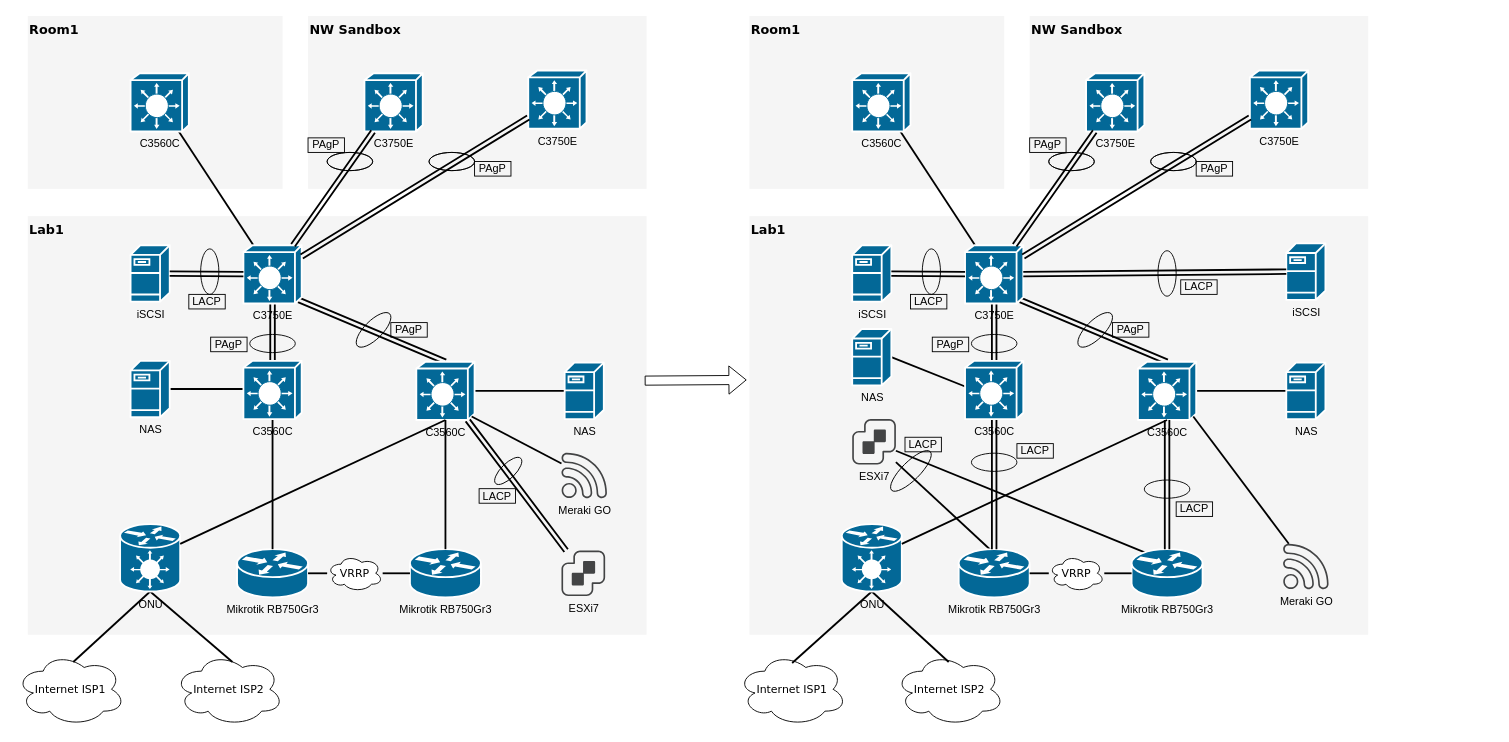
The draw.io diagram HomeNetwork_plan1.drawio in hirofumihida/drowio-home, before the edit. Source tidied: cells renumbered, new cells numbered last; positions are measured from the earlier drawing's top-left corner, leaving out a move shared by most shapes. Both pictures are drawn from the tidied source at 91%, with x=0, y=0 at pixel (15, 15).
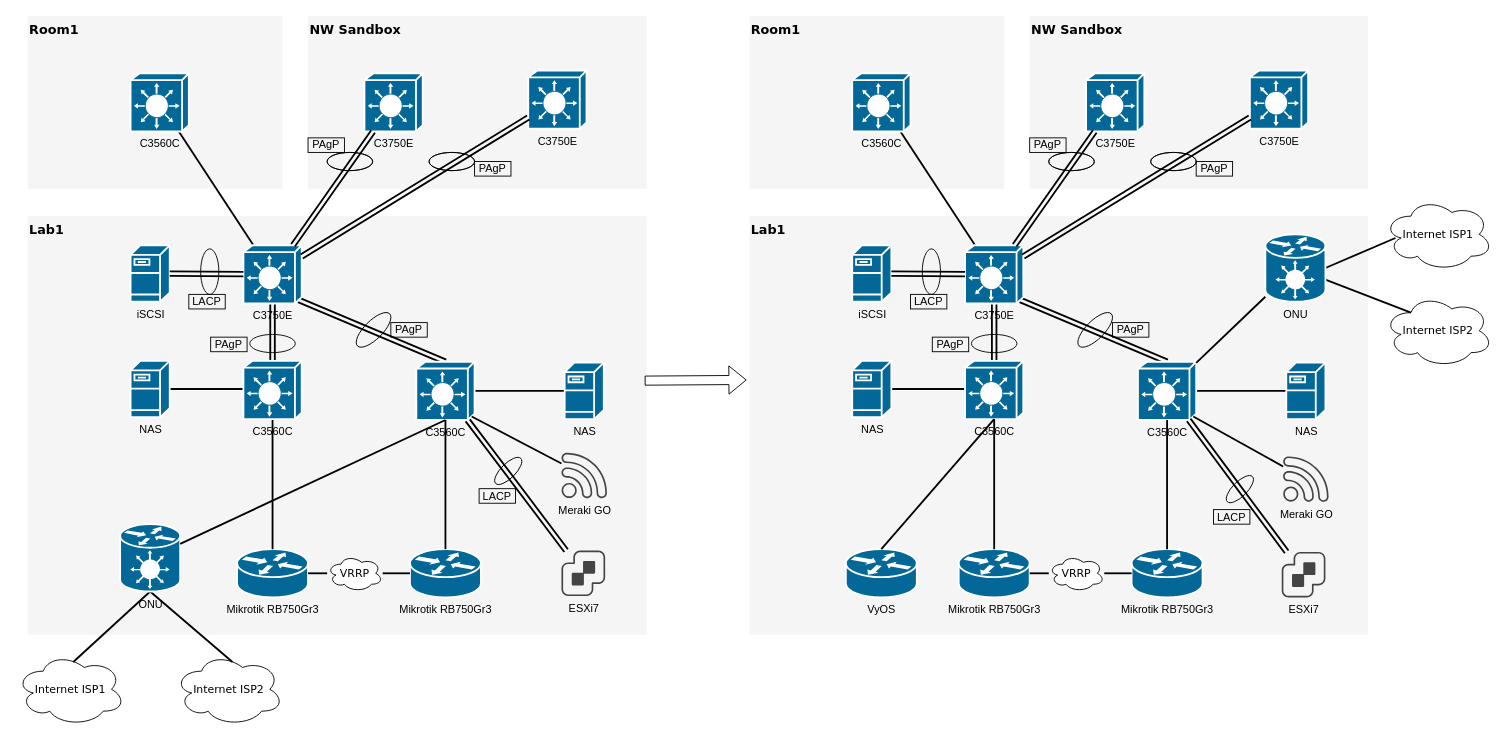
After the change.

Commit message:
HomeNetwork_plan1.drawio を更新します

The change refers to these unchanged cells:
```xml
<mxCell id="65" value="&lt;span style=&quot;font-family: Helvetica;&quot;&gt;Mik&lt;/span&gt;&lt;span style=&quot;background-color: initial; font-family: Helvetica;&quot;&gt;rotik&amp;nbsp;&lt;/span&gt;&lt;font style=&quot;background-color: initial;&quot; face=&quot;Helvetica&quot;&gt;RB750Gr3&lt;/font&gt;" style="shape=mxgraph.cisco.routers.router;html=1;dashed=0;fillColor=#036897;strokeColor=#ffffff;strokeWidth=2;verticalLabelPosition=bottom;verticalAlign=top;rounded=0;shadow=0;comic=0;fontFamily=Verdana;fontSize=12;" parent="1" vertex="1">
  <mxGeometry x="1036" y="586" width="78" height="53" as="geometry" />
</mxCell>
<mxCell id="67" value="&lt;span style=&quot;font-family: Helvetica;&quot;&gt;Mikrotik&amp;nbsp;&lt;/span&gt;&lt;font face=&quot;Helvetica&quot;&gt;RB750Gr3&lt;/font&gt;" style="shape=mxgraph.cisco.routers.router;html=1;dashed=0;fillColor=#036897;strokeColor=#ffffff;strokeWidth=2;verticalLabelPosition=bottom;verticalAlign=top;rounded=0;shadow=0;comic=0;fontFamily=Verdana;fontSize=12;" parent="1" vertex="1">
  <mxGeometry x="1226" y="586" width="78" height="53" as="geometry" />
</mxCell>
<mxCell id="70" value="C3560C" style="shape=mxgraph.cisco.switches.layer_3_switch;sketch=0;html=1;dashed=0;fillColor=#036897;strokeColor=#ffffff;strokeWidth=2;verticalLabelPosition=bottom;verticalAlign=top;align=center;outlineConnect=0;" parent="1" vertex="1">
  <mxGeometry x="1233" y="380" width="64" height="64" as="geometry" />
</mxCell>
<mxCell id="71" value="C3750E" style="shape=mxgraph.cisco.switches.layer_3_switch;sketch=0;html=1;dashed=0;fillColor=#036897;strokeColor=#ffffff;strokeWidth=2;verticalLabelPosition=bottom;verticalAlign=top;align=center;outlineConnect=0;" parent="1" vertex="1">
  <mxGeometry x="1043" y="252" width="64" height="64" as="geometry" />
</mxCell>
<mxCell id="81" value="C3560C" style="shape=mxgraph.cisco.switches.layer_3_switch;sketch=0;html=1;dashed=0;fillColor=#036897;strokeColor=#ffffff;strokeWidth=2;verticalLabelPosition=bottom;verticalAlign=top;align=center;outlineConnect=0;" parent="1" vertex="1">
  <mxGeometry x="1043" y="379" width="64" height="64" as="geometry" />
</mxCell>
```

Diff of the diagram source:
```diff
@@
-    <mxCell id="57" style="edgeStyle=none;html=1;labelBackgroundColor=none;startFill=0;endArrow=none;endFill=0;strokeWidth=2;fontFamily=Verdana;fontSize=12;exitX=0.59;exitY=0.208;exitDx=0;exitDy=0;exitPerimeter=0;" parent="1" edge="1" source="65" target="72">
-      <mxGeometry relative="1" as="geometry" />
-    </mxCell>
-    <mxCell id="58" style="edgeStyle=none;html=1;labelBackgroundColor=none;startFill=0;endArrow=none;endFill=0;strokeWidth=2;fontFamily=Verdana;fontSize=12;exitX=0.641;exitY=0.34;exitDx=0;exitDy=0;exitPerimeter=0;" parent="1" edge="1" source="67" target="72">
-      <mxGeometry relative="1" as="geometry" />
-    </mxCell>
@@
     <mxCell id="64" value="Internet ISP2" style="ellipse;shape=cloud;whiteSpace=wrap;html=1;rounded=0;shadow=0;comic=0;strokeWidth=1;fontFamily=Verdana;fontSize=12;" parent="1" vertex="1">
-      <mxGeometry x="966" y="700" width="120" height="80" as="geometry" />
+      <mxGeometry x="1503" y="306" width="120" height="80" as="geometry" />
     </mxCell>
@@
-    <mxCell id="66" style="edgeStyle=none;html=1;labelBackgroundColor=none;startFill=0;endArrow=none;endFill=0;strokeWidth=2;fontFamily=Verdana;fontSize=12;exitX=0.5;exitY=1;exitDx=0;exitDy=0;exitPerimeter=0;entryX=0.492;entryY=0.125;entryDx=0;entryDy=0;entryPerimeter=0;" parent="1" edge="1" source="109" target="64">
+    <mxCell id="66" style="edgeStyle=none;html=1;labelBackgroundColor=none;startFill=0;endArrow=none;endFill=0;strokeWidth=2;fontFamily=Verdana;fontSize=12;entryX=0.25;entryY=0.25;entryDx=0;entryDy=0;entryPerimeter=0;" parent="1" edge="1" source="109" target="64">
       <mxGeometry relative="1" as="geometry" />
     </mxCell>
@@
     <mxCell id="68" value="Internet ISP1" style="ellipse;shape=cloud;whiteSpace=wrap;html=1;rounded=0;shadow=0;comic=0;strokeWidth=1;fontFamily=Verdana;fontSize=12;" parent="1" vertex="1">
-      <mxGeometry x="793" y="700" width="120" height="80" as="geometry" />
+      <mxGeometry x="1503" y="200" width="120" height="80" as="geometry" />
     </mxCell>
-    <mxCell id="69" style="edgeStyle=none;html=1;labelBackgroundColor=none;startFill=0;endArrow=none;endFill=0;strokeWidth=2;fontFamily=Verdana;fontSize=12;exitX=0.5;exitY=1;exitDx=0;exitDy=0;exitPerimeter=0;entryX=0.5;entryY=0.138;entryDx=0;entryDy=0;entryPerimeter=0;" parent="1" edge="1" source="109" target="68">
+    <mxCell id="69" style="edgeStyle=none;html=1;labelBackgroundColor=none;startFill=0;endArrow=none;endFill=0;strokeWidth=2;fontFamily=Verdana;fontSize=12;exitX=1;exitY=0.5;exitDx=0;exitDy=0;exitPerimeter=0;entryX=0.108;entryY=0.55;entryDx=0;entryDy=0;entryPerimeter=0;" parent="1" edge="1" source="109" target="68">
       <mxGeometry relative="1" as="geometry" />
     </mxCell>
@@
-    <mxCell id="72" value="ESXi7" style="sketch=0;shadow=0;dashed=0;html=1;strokeColor=none;fillColor=#434445;labelPosition=center;verticalLabelPosition=bottom;verticalAlign=top;align=center;outlineConnect=0;shape=mxgraph.vvd.vcenter_server;" parent="1" vertex="1">
-      <mxGeometry x="919" y="443" width="48" height="50" as="geometry" />
-    </mxCell>
@@
     <mxCell id="74" value="NAS" style="shape=mxgraph.cisco.servers.fileserver;html=1;dashed=0;fillColor=#036897;strokeColor=#ffffff;strokeWidth=2;verticalLabelPosition=bottom;verticalAlign=top;align=center;outlineConnect=0;" parent="1" vertex="1">
-      <mxGeometry x="919" y="344" width="43" height="62" as="geometry" />
+      <mxGeometry x="919" y="379" width="43" height="62" as="geometry" />
     </mxCell>
@@
-    <mxCell id="79" value="iSCSI" style="shape=mxgraph.cisco.servers.fileserver;html=1;dashed=0;fillColor=#036897;strokeColor=#ffffff;strokeWidth=2;verticalLabelPosition=bottom;verticalAlign=top;align=center;outlineConnect=0;" parent="1" vertex="1">
-      <mxGeometry x="1396" y="250" width="43" height="62" as="geometry" />
-    </mxCell>
-    <mxCell id="80" style="edgeStyle=none;html=1;labelBackgroundColor=none;startFill=0;endArrow=none;endFill=0;strokeWidth=2;fontFamily=Verdana;fontSize=12;entryX=0.5;entryY=0;entryDx=0;entryDy=0;entryPerimeter=0;shape=link;" parent="1" edge="1" source="81" target="65">
-      <mxGeometry relative="1" as="geometry" />
-    </mxCell>
@@
-    <mxCell id="82" style="edgeStyle=none;html=1;labelBackgroundColor=none;startFill=0;endArrow=none;endFill=0;strokeWidth=2;fontFamily=Verdana;fontSize=12;shape=link;exitX=0.5;exitY=1;exitDx=0;exitDy=0;exitPerimeter=0;" parent="1" edge="1" source="70" target="67">
-      <mxGeometry relative="1" as="geometry" />
-    </mxCell>
@@
-    <mxCell id="84" style="edgeStyle=none;html=1;labelBackgroundColor=none;startFill=0;endArrow=none;endFill=0;strokeWidth=2;fontFamily=Verdana;fontSize=12;shape=link;entryX=0;entryY=0.5;entryDx=0;entryDy=0;entryPerimeter=0;" parent="1" edge="1" source="71" target="79">
-      <mxGeometry relative="1" as="geometry" />
-    </mxCell>
@@
-    <mxCell id="86" style="ellipse;whiteSpace=wrap;html=1;fillColor=none;" parent="1" vertex="1">
-      <mxGeometry x="1240" y="510" width="50" height="20" as="geometry" />
-    </mxCell>
-    <mxCell id="87" style="ellipse;whiteSpace=wrap;html=1;fillColor=none;" parent="1" vertex="1">
-      <mxGeometry x="1050" y="480.5" width="50" height="20" as="geometry" />
-    </mxCell>
@@
-    <mxCell id="91" style="ellipse;whiteSpace=wrap;html=1;fillColor=none;direction=south;" parent="1" vertex="1">
-      <mxGeometry x="1255" y="258" width="20" height="50" as="geometry" />
-    </mxCell>
@@
     <mxCell id="97" value="Meraki GO" style="sketch=0;shadow=0;dashed=0;html=1;strokeColor=none;fillColor=#434445;labelPosition=center;verticalLabelPosition=bottom;verticalAlign=top;align=center;outlineConnect=0;shape=mxgraph.vvd.wi_fi;" parent="1" vertex="1">
-      <mxGeometry x="1392.5" y="580" width="50" height="50" as="geometry" />
+      <mxGeometry x="1392.5" y="484" width="50" height="50" as="geometry" />
     </mxCell>
@@
-    <mxCell id="99" style="ellipse;whiteSpace=wrap;html=1;fillColor=none;direction=north;rotation=45;" parent="1" vertex="1">
-      <mxGeometry x="973.5" y="470" width="20" height="60" as="geometry" />
-    </mxCell>
-    <mxCell id="100" value="LACP" style="rounded=0;whiteSpace=wrap;html=1;fillColor=none;" parent="1" vertex="1">
-      <mxGeometry x="1275" y="534" width="40" height="16" as="geometry" />
-    </mxCell>
-    <mxCell id="101" value="LACP" style="rounded=0;whiteSpace=wrap;html=1;fillColor=none;" parent="1" vertex="1">
-      <mxGeometry x="1100" y="470" width="40" height="16" as="geometry" />
-    </mxCell>
-    <mxCell id="102" value="LACP" style="rounded=0;whiteSpace=wrap;html=1;fillColor=none;" parent="1" vertex="1">
-      <mxGeometry x="977" y="463" width="40" height="16" as="geometry" />
-    </mxCell>
-    <mxCell id="103" value="LACP" style="rounded=0;whiteSpace=wrap;html=1;fillColor=none;" parent="1" vertex="1">
-      <mxGeometry x="1280" y="290" width="40" height="16" as="geometry" />
-    </mxCell>
@@
     <mxCell id="109" value="ONU" style="shape=mxgraph.cisco.hubs_and_gateways.generic_gateway;sketch=0;html=1;dashed=0;fillColor=#036897;strokeColor=#ffffff;strokeWidth=2;verticalLabelPosition=bottom;verticalAlign=top;align=center;outlineConnect=0;" parent="1" vertex="1">
-      <mxGeometry x="907.5" y="558.5" width="66" height="74" as="geometry" />
+      <mxGeometry x="1373" y="240" width="66" height="74" as="geometry" />
     </mxCell>
@@
-    <mxCell id="113" style="edgeStyle=none;html=1;labelBackgroundColor=none;startFill=0;endArrow=none;endFill=0;strokeWidth=2;fontFamily=Verdana;fontSize=12;entryX=0.5;entryY=1;entryDx=0;entryDy=0;entryPerimeter=0;" parent="1" edge="1" source="109" target="70">
+    <mxCell id="113" style="edgeStyle=none;html=1;labelBackgroundColor=none;startFill=0;endArrow=none;endFill=0;strokeWidth=2;fontFamily=Verdana;fontSize=12;" parent="1" edge="1" source="109" target="70">
       <mxGeometry relative="1" as="geometry" />
     </mxCell>
+    <mxCell id="72" value="ESXi7" style="sketch=0;shadow=0;dashed=0;html=1;strokeColor=none;fillColor=#434445;labelPosition=center;verticalLabelPosition=bottom;verticalAlign=top;align=center;outlineConnect=0;shape=mxgraph.vvd.vcenter_server;" parent="1" vertex="1">
+      <mxGeometry x="1391" y="589" width="48" height="50" as="geometry" />
+    </mxCell>
+    <mxCell id="114" style="edgeStyle=none;html=1;labelBackgroundColor=none;startFill=0;endArrow=none;endFill=0;strokeWidth=2;fontFamily=Verdana;fontSize=12;shape=link;" parent="1" edge="1" source="70" target="72">
+      <mxGeometry relative="1" as="geometry" />
+    </mxCell>
+    <mxCell id="115" style="ellipse;whiteSpace=wrap;html=1;fillColor=none;direction=north;rotation=45;" parent="1" vertex="1">
+      <mxGeometry x="1337" y="500.5" width="16" height="39" as="geometry" />
+    </mxCell>
+    <mxCell id="116" value="LACP" style="rounded=0;whiteSpace=wrap;html=1;fillColor=none;" parent="1" vertex="1">
+      <mxGeometry x="1316" y="542.5" width="40" height="16" as="geometry" />
+    </mxCell>
+    <mxCell id="117" style="edgeStyle=orthogonalEdgeStyle;rounded=0;orthogonalLoop=1;jettySize=auto;html=1;exitX=0.5;exitY=1;exitDx=0;exitDy=0;exitPerimeter=0;" parent="1" edge="1" source="109" target="109">
+      <mxGeometry relative="1" as="geometry" />
+    </mxCell>
+    <mxCell id="118" value="&lt;font face=&quot;Helvetica&quot;&gt;VyOS&lt;/font&gt;" style="shape=mxgraph.cisco.routers.router;html=1;dashed=0;fillColor=#036897;strokeColor=#ffffff;strokeWidth=2;verticalLabelPosition=bottom;verticalAlign=top;rounded=0;shadow=0;comic=0;fontFamily=Verdana;fontSize=12;" parent="1" vertex="1">
+      <mxGeometry x="912" y="586" width="78" height="53" as="geometry" />
+    </mxCell>
+    <mxCell id="80" style="edgeStyle=none;html=1;labelBackgroundColor=none;startFill=0;endArrow=none;endFill=0;strokeWidth=2;fontFamily=Verdana;fontSize=12;entryX=0.5;entryY=0;entryDx=0;entryDy=0;entryPerimeter=0;" parent="1" edge="1" source="81" target="65">
+      <mxGeometry relative="1" as="geometry" />
+    </mxCell>
+    <mxCell id="119" style="edgeStyle=none;html=1;labelBackgroundColor=none;startFill=0;endArrow=none;endFill=0;strokeWidth=2;fontFamily=Verdana;fontSize=12;exitX=0.5;exitY=0;exitDx=0;exitDy=0;exitPerimeter=0;entryX=0.5;entryY=1;entryDx=0;entryDy=0;entryPerimeter=0;" parent="1" edge="1" source="67" target="70">
+      <mxGeometry relative="1" as="geometry" />
+    </mxCell>
+    <mxCell id="120" style="edgeStyle=none;html=1;labelBackgroundColor=none;startFill=0;endArrow=none;endFill=0;strokeWidth=2;fontFamily=Verdana;fontSize=12;entryX=0.5;entryY=0;entryDx=0;entryDy=0;entryPerimeter=0;exitX=0.5;exitY=1;exitDx=0;exitDy=0;exitPerimeter=0;" parent="1" edge="1" source="81" target="118">
+      <mxGeometry relative="1" as="geometry" />
+    </mxCell>
```
